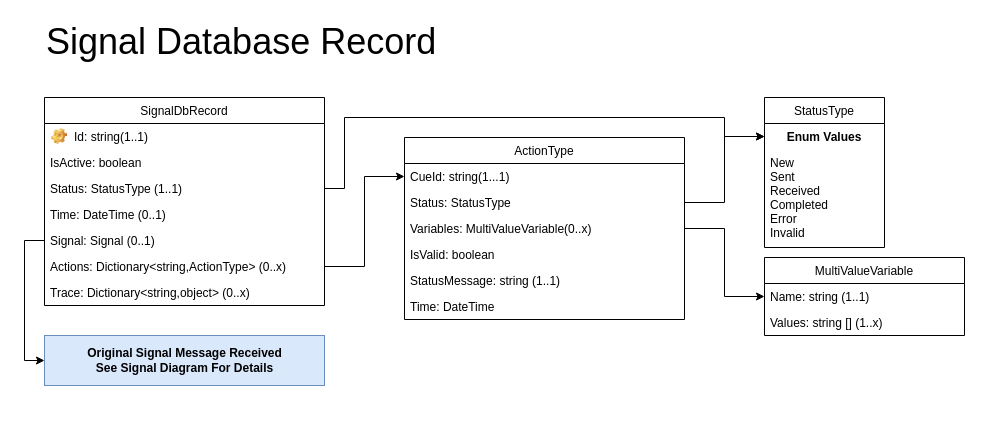
Earlier version of the draw.io diagram docs/resources/draw.io/ClassDiagram-SignalDbRecord.drawio (SynapseProject/syntinel.docs). Source tidied: cells renumbered, new cells numbered last; positions are measured from the earlier drawing's top-left corner, leaving out a move shared by most shapes. Both pictures are drawn from the tidied source at 100%, with x=0, y=0 at pixel (44, 17).
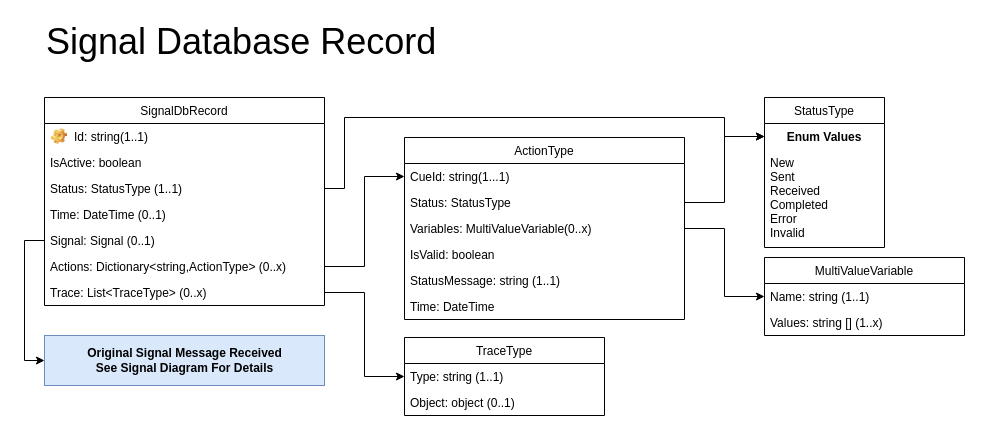
The same page after the edit.

Commit message (it also covers changes not shown here):
Update Trace in Signal DB Record and ResolverRequest to be a list.

Unchanged cells that the change refers to:
```xml
<mxCell id="3" value="SignalDbRecord" style="swimlane;fontStyle=0;horizontal=1;startSize=26;fillColor=none;" parent="1" vertex="1">
  <mxGeometry y="80" width="280" height="208" as="geometry" />
</mxCell>
```

Diff of the diagram source:
```diff
@@
-    <mxCell id="10" value="Trace: Dictionary&lt;string,object&gt; (0..x)" style="text;strokeColor=none;fillColor=none;align=left;verticalAlign=top;spacingLeft=4;spacingRight=4;overflow=hidden;points=[[0,0.5],[1,0.5]];portConstraint=eastwest;" parent="3" vertex="1">
+    <mxCell id="10" value="Trace: List&lt;TraceType&gt; (0..x)" style="text;strokeColor=none;fillColor=none;align=left;verticalAlign=top;spacingLeft=4;spacingRight=4;overflow=hidden;points=[[0,0.5],[1,0.5]];portConstraint=eastwest;" parent="3" vertex="1">
       <mxGeometry y="182" width="280" height="26" as="geometry" />
     </mxCell>
@@
+    <mxCell id="30" value="TraceType" style="swimlane;fontStyle=0;horizontal=1;startSize=26;fillColor=none;" parent="1" vertex="1">
+      <mxGeometry x="360" y="320" width="200" height="78" as="geometry" />
+    </mxCell>
+    <mxCell id="31" value="Type: string (1..1)" style="text;strokeColor=none;fillColor=none;align=left;verticalAlign=top;spacingLeft=4;spacingRight=4;overflow=hidden;points=[[0,0.5],[1,0.5]];portConstraint=eastwest;" parent="30" vertex="1">
+      <mxGeometry y="26" width="200" height="26" as="geometry" />
+    </mxCell>
+    <mxCell id="32" value="Object: object (0..1)" style="text;strokeColor=none;fillColor=none;align=left;verticalAlign=top;spacingLeft=4;spacingRight=4;overflow=hidden;" parent="30" vertex="1">
+      <mxGeometry y="52" width="200" height="26" as="geometry" />
+    </mxCell>
+    <mxCell id="33" style="edgeStyle=orthogonalEdgeStyle;rounded=0;jettySize=auto;html=1;exitX=1;exitY=0.5;exitDx=0;exitDy=0;entryX=0;entryY=0.5;entryDx=0;entryDy=0;" parent="1" edge="1" source="10" target="31">
+      <mxGeometry relative="1" as="geometry" />
+    </mxCell>
```
